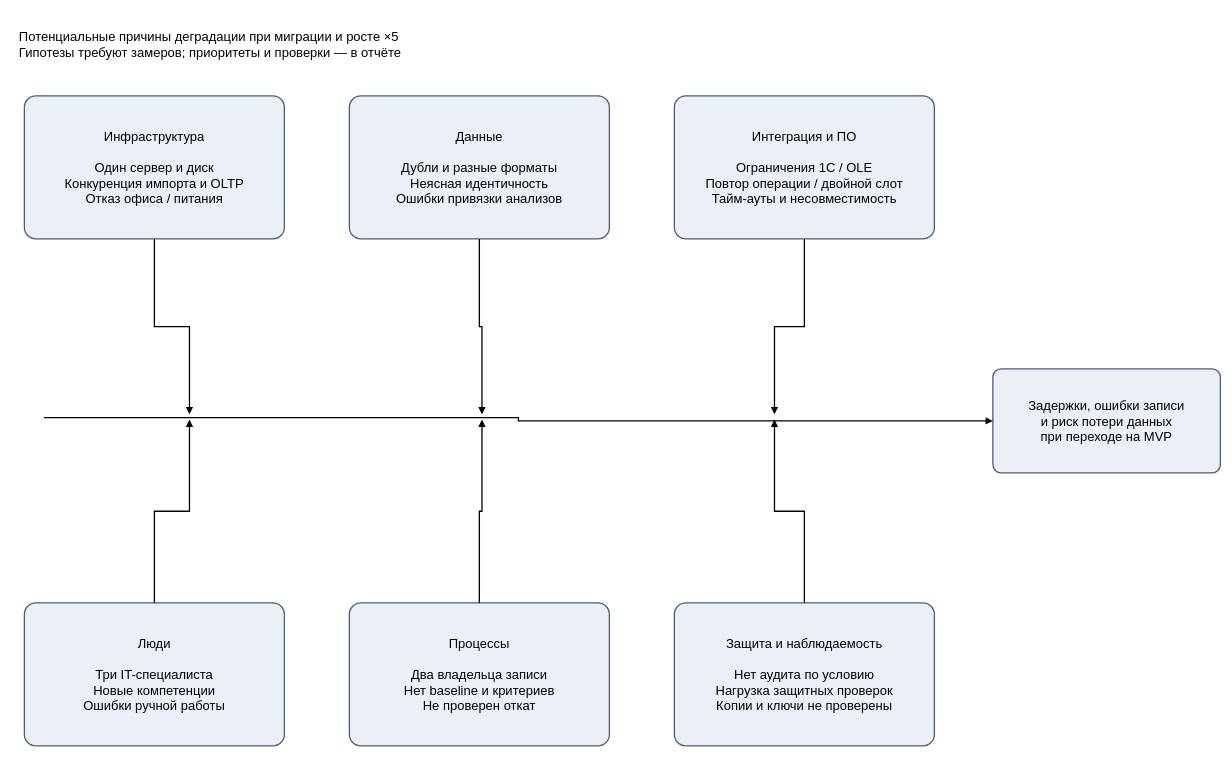
Before: Task4/Исикава.drawio in Daresana/architecture-medikamente, a draw.io diagram. Source tidied: cells renumbered, new cells numbered last; positions are measured from the earlier drawing's top-left corner, leaving out a move shared by most shapes. Both pictures are drawn from the tidied source at 65%, with x=0, y=0 at pixel (11, 11).
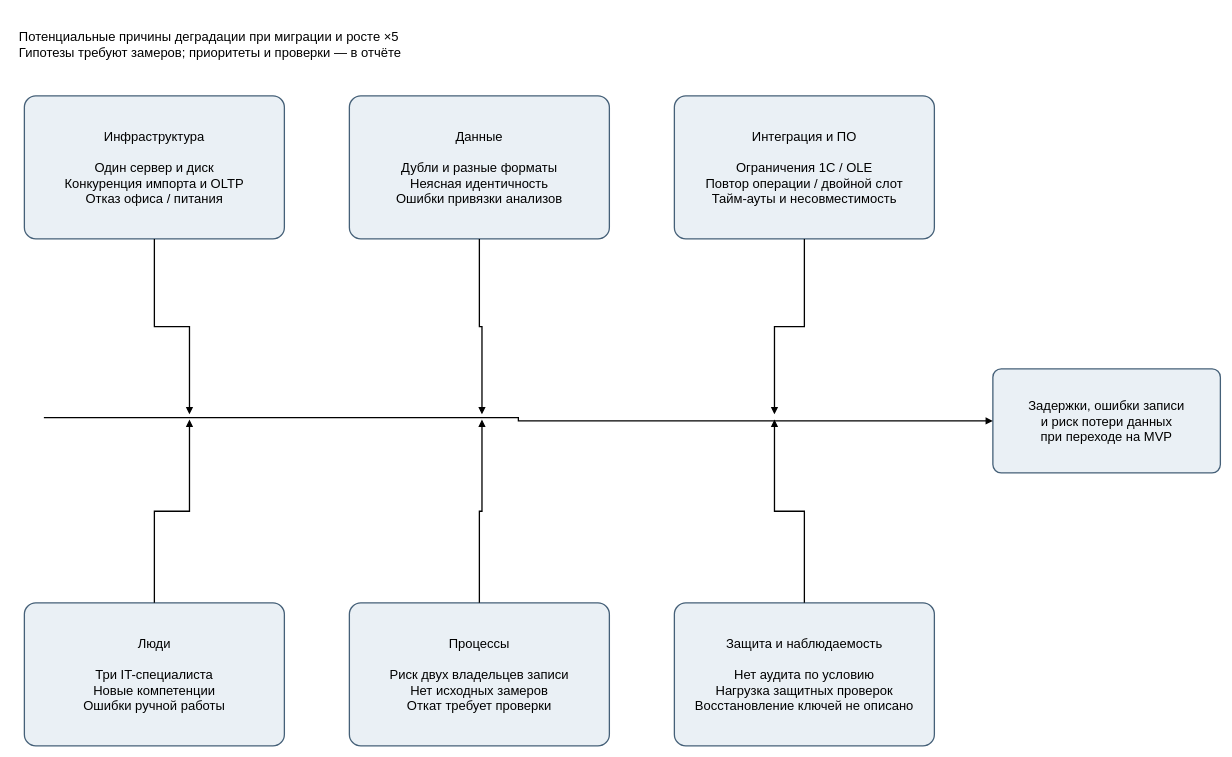
After the change.

Commit message (it also covers changes not shown here):
Align Task4 risk table with six Ishikawa categories

Diff of the diagram source:
```diff
@@
-    <mxCell id="13" value="Процессы&#10;&#10;Два владельца записи&#10;Нет baseline и критериев&#10;Не проверен откат" style="whiteSpace=wrap;html=0;fontSize=20;fontFamily=Arial;align=center;verticalAlign=middle;spacing=12;strokeWidth=2;rounded=1;arcSize=8;fillColor=#eaf0f5;strokeColor=#456078;" parent="1" vertex="1">
+    <mxCell id="13" value="Процессы&#10;&#10;Риск двух владельцев записи&#10;Нет исходных замеров&#10;Откат требует проверки" style="whiteSpace=wrap;html=0;fontSize=20;fontFamily=Arial;align=center;verticalAlign=middle;spacing=12;strokeWidth=2;rounded=1;arcSize=8;fillColor=#eaf0f5;strokeColor=#456078;" parent="1" vertex="1">
       <mxGeometry x="520" y="910" width="400" height="220" as="geometry" />
     </mxCell>
@@
-    <mxCell id="15" value="Защита и наблюдаемость&#10;&#10;Нет аудита по условию&#10;Нагрузка защитных проверок&#10;Копии и ключи не проверены" style="whiteSpace=wrap;html=0;fontSize=20;fontFamily=Arial;align=center;verticalAlign=middle;spacing=12;strokeWidth=2;rounded=1;arcSize=8;fillColor=#eaf0f5;strokeColor=#456078;" parent="1" vertex="1">
+    <mxCell id="15" value="Защита и наблюдаемость&#10;&#10;Нет аудита по условию&#10;Нагрузка защитных проверок&#10;Восстановление ключей не описано" style="whiteSpace=wrap;html=0;fontSize=20;fontFamily=Arial;align=center;verticalAlign=middle;spacing=12;strokeWidth=2;rounded=1;arcSize=8;fillColor=#eaf0f5;strokeColor=#456078;" parent="1" vertex="1">
       <mxGeometry x="1020" y="910" width="400" height="220" as="geometry" />
     </mxCell>
```
